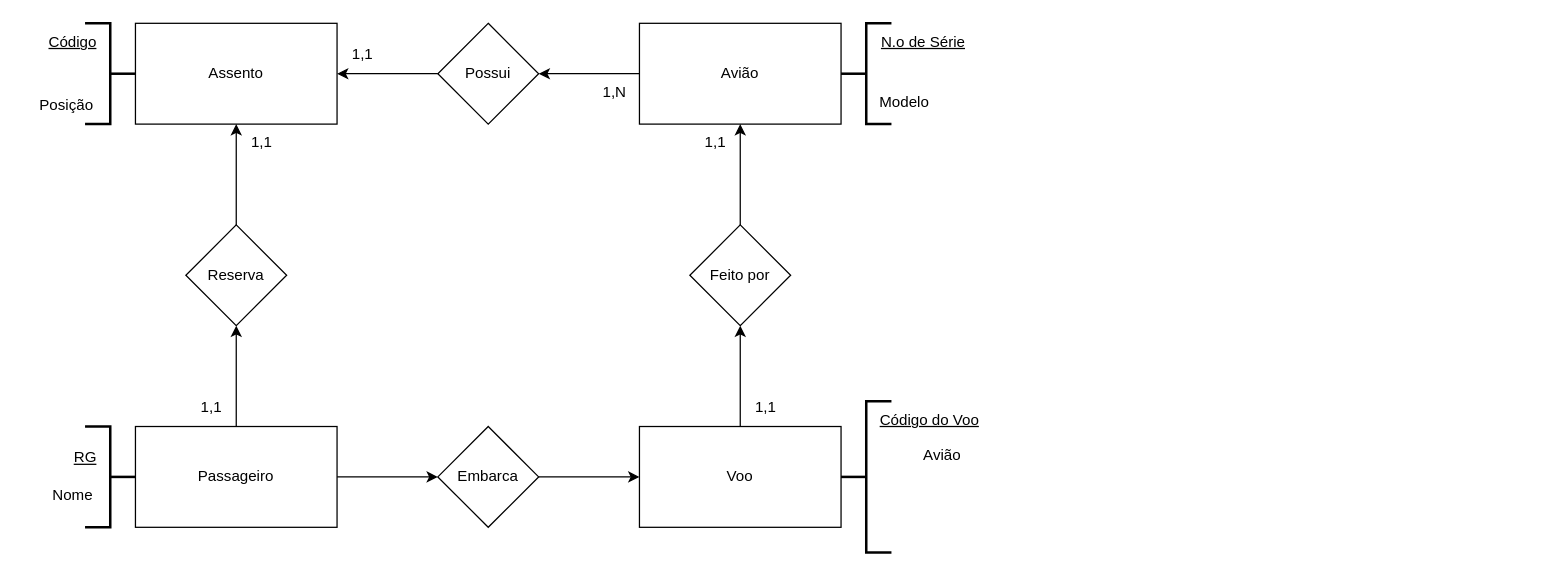
Before: Diagramas/MER Aeroporto.drawio in BrunoYamacutiFatarelli/drawio, a draw.io diagram. Source tidied: cells renumbered, new cells numbered last; positions are measured from the earlier drawing's top-left corner, leaving out a move shared by most shapes. Both pictures are drawn from the tidied source at 126%, with x=0, y=0 at pixel (21, 23).
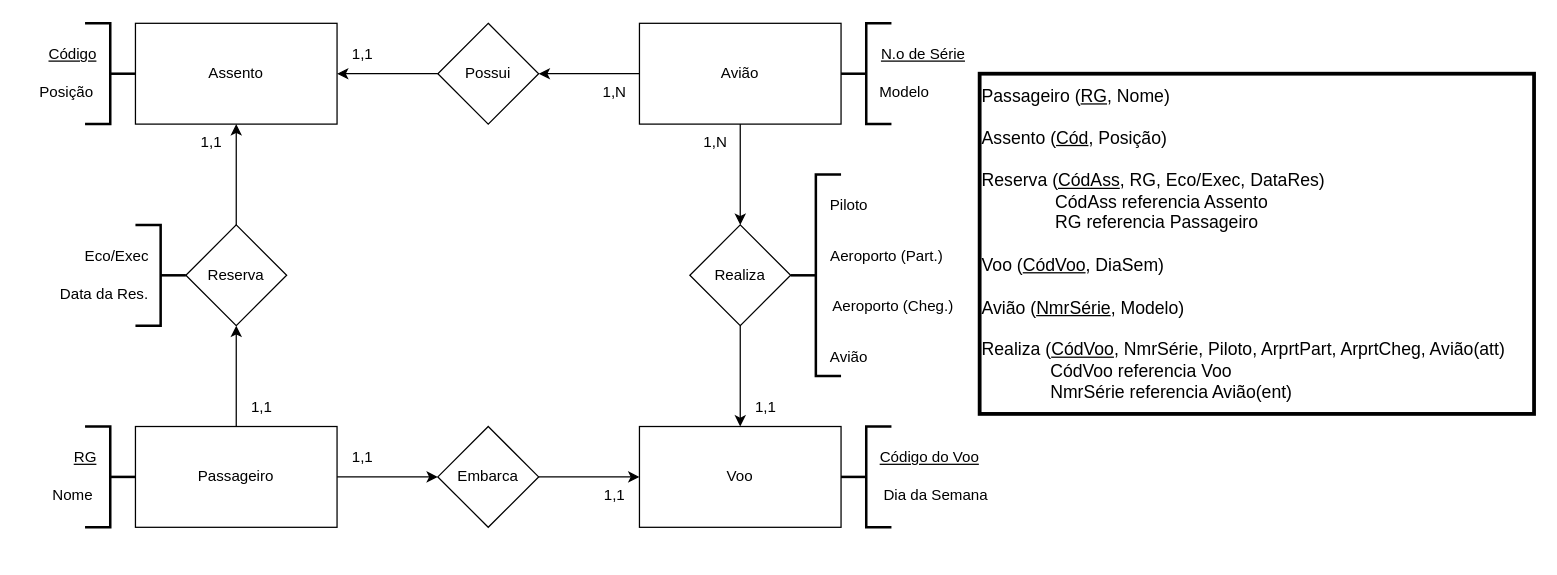
After the change.

The change refers to these unchanged cells:
```xml
<mxCell id="6" value="Avião" style="rounded=0;whiteSpace=wrap;html=1;" parent="1" vertex="1">
  <mxGeometry x="490" width="160" height="80" as="geometry" />
</mxCell>
<mxCell id="9" value="Voo" style="rounded=0;whiteSpace=wrap;html=1;" parent="1" vertex="1">
  <mxGeometry x="490" y="320" width="160" height="80" as="geometry" />
</mxCell>
```

What changed in the source:
```diff
@@
+    <mxCell id="36" style="edgeStyle=orthogonalEdgeStyle;rounded=0;jettySize=auto;html=1;entryX=0.5;entryY=0;entryDx=0;entryDy=0;" parent="1" edge="1" source="6" target="13">
+      <mxGeometry relative="1" as="geometry" />
+    </mxCell>
@@
-    <mxCell id="8" style="edgeStyle=orthogonalEdgeStyle;rounded=0;jettySize=auto;html=1;entryX=0.5;entryY=1;entryDx=0;entryDy=0;" parent="1" edge="1" source="9" target="13">
-      <mxGeometry relative="1" as="geometry" />
-    </mxCell>
@@
-    <mxCell id="12" style="edgeStyle=orthogonalEdgeStyle;rounded=0;jettySize=auto;html=1;entryX=0.5;entryY=1;entryDx=0;entryDy=0;" parent="1" edge="1" source="13" target="6">
-      <mxGeometry relative="1" as="geometry" />
-    </mxCell>
+    <mxCell id="37" style="edgeStyle=orthogonalEdgeStyle;rounded=0;jettySize=auto;html=1;entryX=0.5;entryY=0;entryDx=0;entryDy=0;" parent="1" edge="1" source="13" target="9">
+      <mxGeometry relative="1" as="geometry" />
+    </mxCell>
-    <mxCell id="13" value="Feito por" style="rhombus;whiteSpace=wrap;html=1;" parent="1" vertex="1">
+    <mxCell id="13" value="Realiza" style="rhombus;whiteSpace=wrap;html=1;" parent="1" vertex="1">
       <mxGeometry x="530" y="160" width="80" height="80" as="geometry" />
     </mxCell>
@@
     <mxCell id="18" value="1,1" style="text;html=1;align=center;verticalAlign=middle;strokeColor=none;fillColor=none;" parent="1" vertex="1">
-      <mxGeometry x="130" y="290" width="40" height="30" as="geometry" />
+      <mxGeometry x="170" y="290" width="40" height="30" as="geometry" />
     </mxCell>
     <mxCell id="19" value="1,1" style="text;html=1;align=center;verticalAlign=middle;strokeColor=none;fillColor=none;" parent="1" vertex="1">
-      <mxGeometry x="170" y="80" width="40" height="30" as="geometry" />
+      <mxGeometry x="130" y="80" width="40" height="30" as="geometry" />
     </mxCell>
@@
-    <mxCell id="23" value="1,1" style="text;html=1;align=center;verticalAlign=middle;strokeColor=none;fillColor=none;" parent="1" vertex="1">
+    <mxCell id="23" value="1,N" style="text;html=1;align=center;verticalAlign=middle;strokeColor=none;fillColor=none;" parent="1" vertex="1">
       <mxGeometry x="530" y="80" width="40" height="30" as="geometry" />
     </mxCell>
@@
     <mxCell id="28" value="&lt;u&gt;N.o de Série&lt;/u&gt;" style="text;html=1;align=center;verticalAlign=middle;strokeColor=none;fillColor=none;" parent="1" vertex="1">
-      <mxGeometry x="670" width="90" height="30" as="geometry" />
+      <mxGeometry x="670" y="10" width="90" height="30" as="geometry" />
     </mxCell>
     <mxCell id="29" value="Modelo" style="text;html=1;align=center;verticalAlign=middle;strokeColor=none;fillColor=none;" parent="1" vertex="1">
-      <mxGeometry x="670" y="48" width="60" height="30" as="geometry" />
+      <mxGeometry x="670" y="40" width="60" height="30" as="geometry" />
     </mxCell>
@@
     <mxCell id="31" value="&lt;u&gt;Código&lt;/u&gt;" style="text;html=1;align=center;verticalAlign=middle;strokeColor=none;fillColor=none;" parent="1" vertex="1">
-      <mxGeometry x="10" width="60" height="30" as="geometry" />
+      <mxGeometry x="10" y="10" width="60" height="30" as="geometry" />
     </mxCell>
     <mxCell id="32" value="Posição" style="text;html=1;align=center;verticalAlign=middle;strokeColor=none;fillColor=none;" parent="1" vertex="1">
-      <mxGeometry y="50" width="70" height="30" as="geometry" />
+      <mxGeometry y="40" width="70" height="30" as="geometry" />
     </mxCell>
     <mxCell id="33" style="strokeWidth=2;html=1;shape=mxgraph.flowchart.annotation_2;align=left;labelPosition=right;rotation=0;" parent="1" vertex="1">
-      <mxGeometry x="650" y="300" width="40" height="120" as="geometry" />
+      <mxGeometry x="650" y="320" width="40" height="80" as="geometry" />
     </mxCell>
     <mxCell id="34" value="&lt;u&gt;Código do Voo&lt;/u&gt;" style="text;html=1;align=center;verticalAlign=middle;strokeColor=none;fillColor=none;" parent="1" vertex="1">
-      <mxGeometry x="670" y="300" width="100" height="30" as="geometry" />
+      <mxGeometry x="670" y="330" width="100" height="30" as="geometry" />
     </mxCell>
-    <mxCell id="35" value="Avião" style="text;html=1;align=center;verticalAlign=middle;strokeColor=none;fillColor=none;" parent="1" vertex="1">
-      <mxGeometry x="705" y="328" width="50" height="30" as="geometry" />
+    <mxCell id="35" value="Dia da Semana" style="text;html=1;align=center;verticalAlign=middle;strokeColor=none;fillColor=none;" parent="1" vertex="1">
+      <mxGeometry x="670" y="360" width="110" height="30" as="geometry" />
     </mxCell>
+    <mxCell id="38" style="strokeWidth=2;html=1;shape=mxgraph.flowchart.annotation_2;align=left;labelPosition=right;rotation=0;" parent="1" vertex="1">
+      <mxGeometry x="610" y="120" width="40" height="160" as="geometry" />
+    </mxCell>
+    <mxCell id="39" value="Piloto" style="text;html=1;align=center;verticalAlign=middle;strokeColor=none;fillColor=none;" parent="1" vertex="1">
+      <mxGeometry x="631" y="130" width="50" height="30" as="geometry" />
+    </mxCell>
+    <mxCell id="40" value="Aeroporto (Part.)" style="text;html=1;align=center;verticalAlign=middle;strokeColor=none;fillColor=none;" parent="1" vertex="1">
+      <mxGeometry x="631" y="170" width="110" height="30" as="geometry" />
+    </mxCell>
+    <mxCell id="41" value="Avião" style="text;html=1;align=center;verticalAlign=middle;strokeColor=none;fillColor=none;" parent="1" vertex="1">
+      <mxGeometry x="631" y="250" width="50" height="30" as="geometry" />
+    </mxCell>
+    <mxCell id="42" value="Aeroporto (Cheg.)" style="text;html=1;align=center;verticalAlign=middle;strokeColor=none;fillColor=none;" parent="1" vertex="1">
+      <mxGeometry x="631" y="210" width="120" height="30" as="geometry" />
+    </mxCell>
+    <mxCell id="43" value="1,1" style="text;html=1;align=center;verticalAlign=middle;strokeColor=none;fillColor=none;" parent="1" vertex="1">
+      <mxGeometry x="250" y="330" width="40" height="30" as="geometry" />
+    </mxCell>
+    <mxCell id="44" value="1,1" style="text;html=1;align=center;verticalAlign=middle;strokeColor=none;fillColor=none;" parent="1" vertex="1">
+      <mxGeometry x="450" y="360" width="40" height="30" as="geometry" />
+    </mxCell>
+    <mxCell id="45" style="strokeWidth=2;html=1;shape=mxgraph.flowchart.annotation_2;align=left;labelPosition=right;rotation=-180;" parent="1" vertex="1">
+      <mxGeometry x="90" y="160" width="40" height="80" as="geometry" />
+    </mxCell>
+    <mxCell id="46" value="Eco/Exec" style="text;html=1;align=center;verticalAlign=middle;strokeColor=none;fillColor=none;" parent="1" vertex="1">
+      <mxGeometry x="40" y="170" width="70" height="30" as="geometry" />
+    </mxCell>
+    <mxCell id="47" value="Data da Res." style="text;html=1;align=center;verticalAlign=middle;strokeColor=none;fillColor=none;" parent="1" vertex="1">
+      <mxGeometry x="20" y="200" width="90" height="30" as="geometry" />
+    </mxCell>
+    <mxCell id="48" value="Passageiro (&lt;u style=&quot;font-size: 14px;&quot;&gt;RG&lt;/u&gt;, Nome)&lt;div style=&quot;font-size: 14px;&quot;&gt;&lt;br style=&quot;font-size: 14px;&quot;&gt;&lt;div style=&quot;font-size: 14px;&quot;&gt;Assento (&lt;u style=&quot;font-size: 14px;&quot;&gt;Cód&lt;/u&gt;, Posição)&lt;/div&gt;&lt;div style=&quot;font-size: 14px;&quot;&gt;&lt;br style=&quot;font-size: 14px;&quot;&gt;&lt;/div&gt;&lt;div style=&quot;font-size: 14px;&quot;&gt;Reserva (&lt;u style=&quot;font-size: 14px;&quot;&gt;CódAss&lt;/u&gt;, RG, Eco/Exec, DataRes)&lt;/div&gt;&lt;/div&gt;&lt;div style=&quot;font-size: 14px;&quot;&gt;&amp;nbsp; &amp;nbsp; &amp;nbsp; &amp;nbsp; &amp;nbsp; &amp;nbsp; &amp;nbsp; &amp;nbsp;CódAss referencia Assento&lt;/div&gt;&lt;div style=&quot;font-size: 14px;&quot;&gt;&amp;nbsp; &amp;nbsp; &amp;nbsp; &amp;nbsp; &amp;nbsp; &amp;nbsp; &amp;nbsp; &amp;nbsp;RG referencia Passageiro&lt;/div&gt;&lt;div style=&quot;font-size: 14px;&quot;&gt;&lt;br style=&quot;font-size: 14px;&quot;&gt;&lt;/div&gt;&lt;div style=&quot;font-size: 14px;&quot;&gt;Voo (&lt;u style=&quot;font-size: 14px;&quot;&gt;CódVoo&lt;/u&gt;, DiaSem)&lt;/div&gt;&lt;div style=&quot;font-size: 14px;&quot;&gt;&lt;br style=&quot;font-size: 14px;&quot;&gt;&lt;/div&gt;&lt;div style=&quot;font-size: 14px;&quot;&gt;Avião (&lt;u style=&quot;font-size: 14px;&quot;&gt;NmrSérie&lt;/u&gt;, Modelo)&lt;/div&gt;&lt;div style=&quot;font-size: 14px;&quot;&gt;&lt;br style=&quot;font-size: 14px;&quot;&gt;&lt;/div&gt;&lt;div style=&quot;font-size: 14px;&quot;&gt;Realiza (&lt;u style=&quot;font-size: 14px;&quot;&gt;CódVoo&lt;/u&gt;&lt;span style=&quot;font-size: 14px;&quot;&gt;, NmrSérie, Piloto, ArprtPart, ArprtCheg, Avião(att)&lt;/span&gt;&lt;/div&gt;&lt;div style=&quot;font-size: 14px;&quot;&gt;&lt;span style=&quot;font-size: 14px;&quot;&gt;&amp;nbsp; &amp;nbsp; &amp;nbsp; &amp;nbsp; &amp;nbsp; &amp;nbsp; &amp;nbsp; CódVoo referencia Voo&lt;/span&gt;&lt;/div&gt;&lt;div style=&quot;font-size: 14px;&quot;&gt;&lt;span style=&quot;font-size: 14px;&quot;&gt;&amp;nbsp; &amp;nbsp; &amp;nbsp; &amp;nbsp; &amp;nbsp; &amp;nbsp; &amp;nbsp; NmrSérie referencia Avião(ent)&lt;/span&gt;&lt;/div&gt;" style="text;html=1;align=left;verticalAlign=middle;strokeColor=default;fillColor=none;fontSize=14;strokeWidth=3;perimeterSpacing=24;" parent="1" vertex="1">
+      <mxGeometry x="760" y="40" width="440" height="270" as="geometry" />
+    </mxCell>
```
